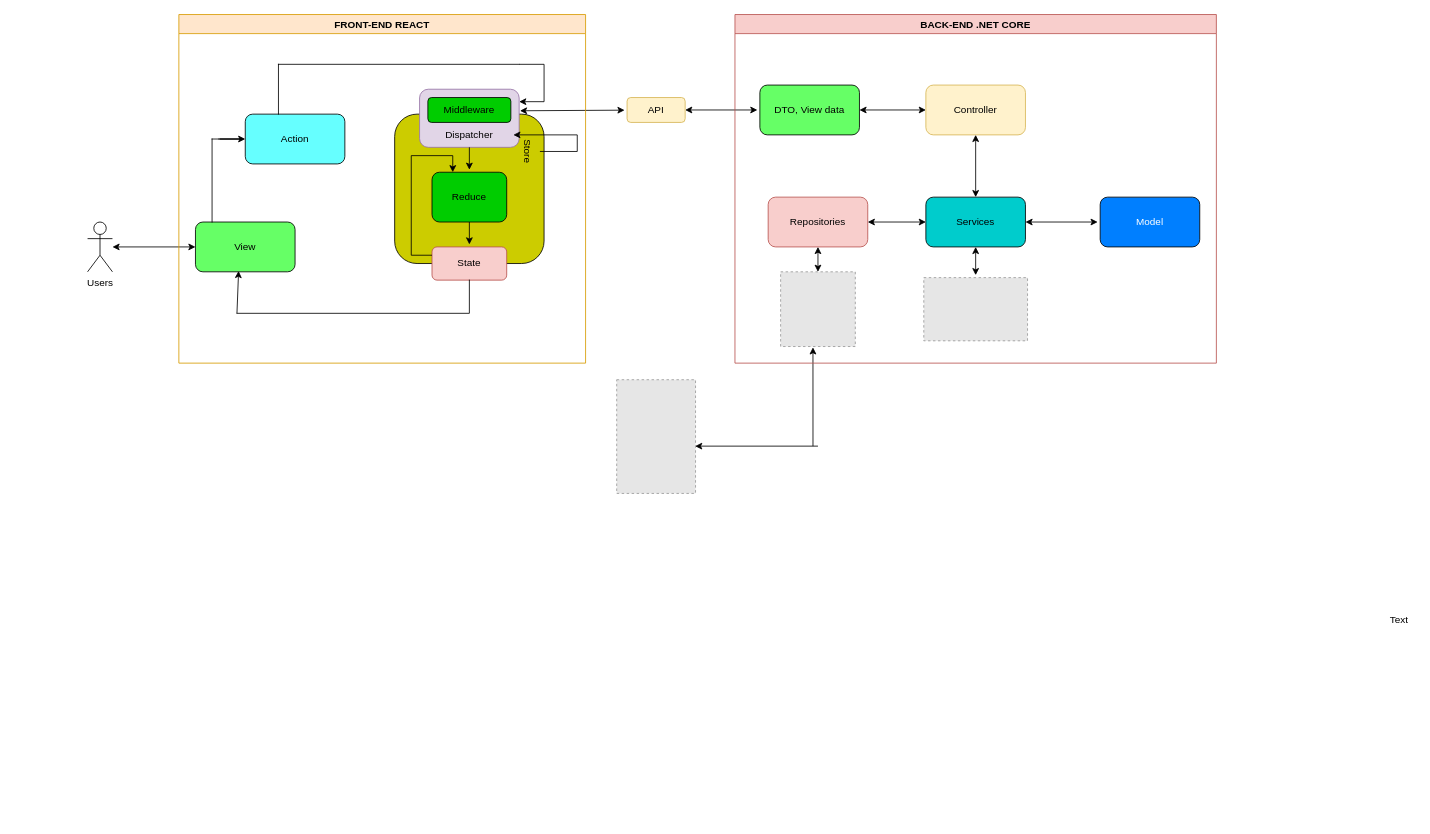
The draw.io diagram ProjectDiagram.drawio in thanhht1902/NewProject, before the edit. Source tidied: cells renumbered, new cells numbered last; positions are measured from the earlier drawing's top-left corner, leaving out a move shared by most shapes. Both pictures are drawn from the tidied source at 83%, with x=0, y=0 at pixel (87, 14). Pictures stored in the file or linked from it are replaced by grey dashed boxes.
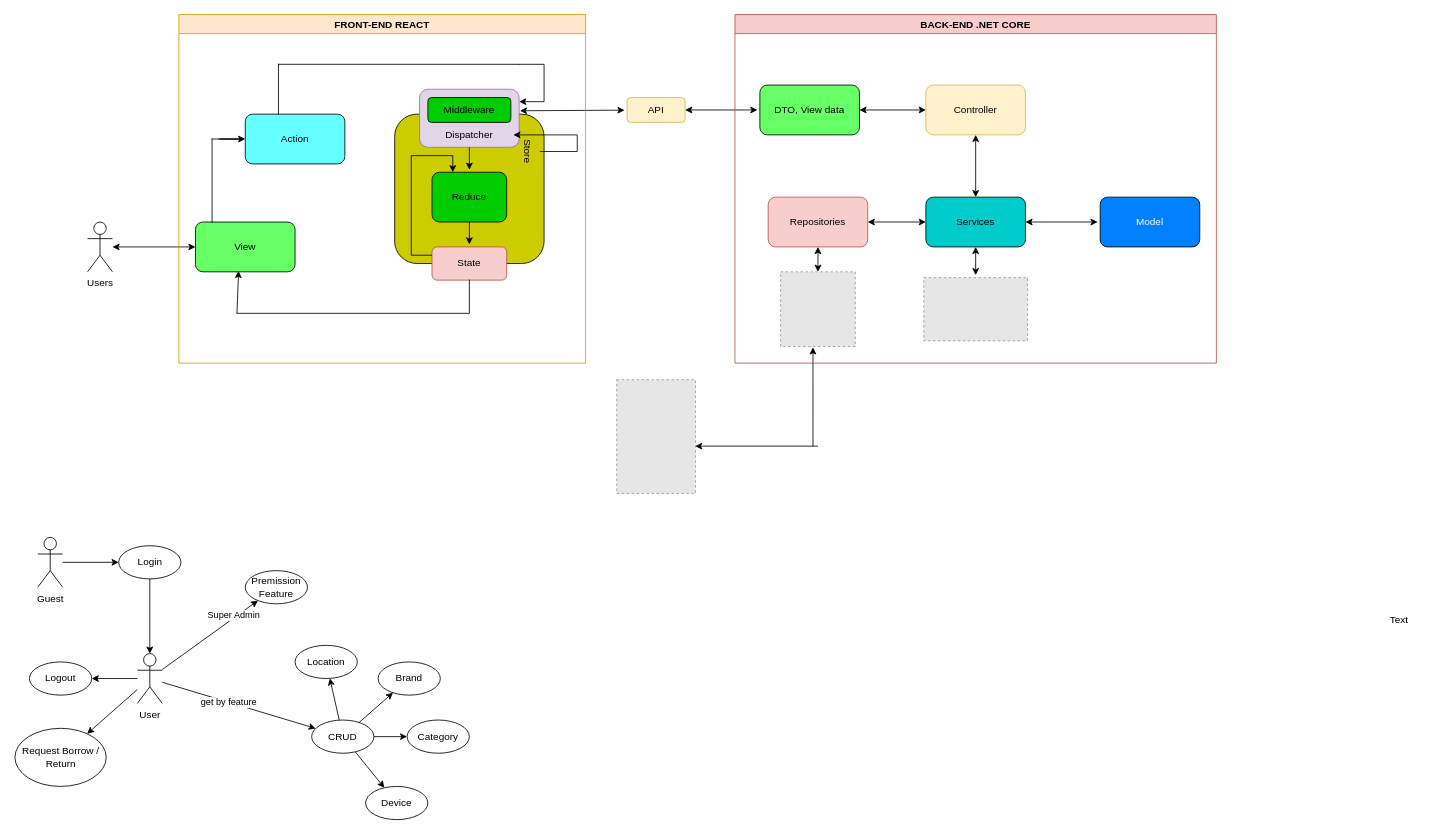
After the change.

The edit, as a diff of the source:
```diff
@@
+    <mxCell id="48" value="Guest" style="shape=umlActor;verticalLabelPosition=bottom;verticalAlign=top;html=1;outlineConnect=0;" parent="1" vertex="1">
+      <mxGeometry x="-60" y="630" width="30" height="60" as="geometry" />
+    </mxCell>
+    <mxCell id="49" value="Login" style="ellipse;whiteSpace=wrap;html=1;" parent="1" vertex="1">
+      <mxGeometry x="37.5" y="640" width="75" height="40" as="geometry" />
+    </mxCell>
+    <mxCell id="50" value="User" style="shape=umlActor;verticalLabelPosition=bottom;verticalAlign=top;html=1;outlineConnect=0;" parent="1" vertex="1">
+      <mxGeometry x="60" y="770" width="30" height="60" as="geometry" />
+    </mxCell>
+    <mxCell id="51" style="endArrow=classic;html=1;rounded=0;" parent="1" edge="1" source="48" target="49">
+      <mxGeometry relative="1" as="geometry" />
+    </mxCell>
+    <mxCell id="52" style="endArrow=classic;html=1;rounded=0;" parent="1" edge="1" source="49" target="50">
+      <mxGeometry relative="1" as="geometry" />
+    </mxCell>
+    <mxCell id="53" value="Logout" style="ellipse;whiteSpace=wrap;html=1;" parent="1" vertex="1">
+      <mxGeometry x="-70" y="780" width="75" height="40" as="geometry" />
+    </mxCell>
+    <mxCell id="54" style="endArrow=classic;html=1;rounded=0;" parent="1" edge="1" source="50" target="53">
+      <mxGeometry relative="1" as="geometry" />
+    </mxCell>
+    <mxCell id="55" value="CRUD" style="ellipse;whiteSpace=wrap;html=1;" parent="1" vertex="1">
+      <mxGeometry x="270" y="850" width="75" height="40" as="geometry" />
+    </mxCell>
+    <mxCell id="56" value="Request Borrow / Return" style="ellipse;whiteSpace=wrap;html=1;" parent="1" vertex="1">
+      <mxGeometry x="-87.5" y="860" width="110" height="70" as="geometry" />
+    </mxCell>
+    <mxCell id="57" style="endArrow=classic;html=1;rounded=0;" parent="1" edge="1" source="50" target="55">
+      <mxGeometry relative="1" as="geometry" />
+    </mxCell>
+    <mxCell id="58" value="get by feature" style="edgeLabel;html=1;align=center;verticalAlign=middle;" parent="57" vertex="1">
+      <mxGeometry x="-0.14" y="1" relative="1" as="geometry">
+        <mxPoint y="1" as="offset" />
+      </mxGeometry>
+    </mxCell>
+    <mxCell id="59" value="Device" style="ellipse;whiteSpace=wrap;html=1;" parent="1" vertex="1">
+      <mxGeometry x="335" y="930" width="75" height="40" as="geometry" />
+    </mxCell>
+    <mxCell id="60" value="Location" style="ellipse;whiteSpace=wrap;html=1;" parent="1" vertex="1">
+      <mxGeometry x="250" y="760" width="75" height="40" as="geometry" />
+    </mxCell>
+    <mxCell id="61" value="Brand" style="ellipse;whiteSpace=wrap;html=1;" parent="1" vertex="1">
+      <mxGeometry x="350" y="780" width="75" height="40" as="geometry" />
+    </mxCell>
+    <mxCell id="62" value="Category" style="ellipse;whiteSpace=wrap;html=1;" parent="1" vertex="1">
+      <mxGeometry x="385" y="850" width="75" height="40" as="geometry" />
+    </mxCell>
+    <mxCell id="63" style="endArrow=classic;html=1;rounded=0;" parent="1" edge="1" source="55" target="60">
+      <mxGeometry relative="1" as="geometry" />
+    </mxCell>
+    <mxCell id="64" style="endArrow=classic;html=1;rounded=0;" parent="1" edge="1" source="55" target="61">
+      <mxGeometry relative="1" as="geometry" />
+    </mxCell>
+    <mxCell id="65" style="endArrow=classic;html=1;rounded=0;" parent="1" edge="1" source="55" target="62">
+      <mxGeometry relative="1" as="geometry" />
+    </mxCell>
+    <mxCell id="66" style="endArrow=classic;html=1;rounded=0;" parent="1" edge="1" source="55" target="59">
+      <mxGeometry relative="1" as="geometry" />
+    </mxCell>
+    <mxCell id="67" value="Premission Feature" style="ellipse;whiteSpace=wrap;html=1;" parent="1" vertex="1">
+      <mxGeometry x="190" y="670" width="75" height="40" as="geometry" />
+    </mxCell>
+    <mxCell id="68" style="endArrow=classic;html=1;rounded=0;" parent="1" edge="1" source="50" target="67">
+      <mxGeometry relative="1" as="geometry" />
+    </mxCell>
+    <mxCell id="69" value="Super Admin" style="edgeLabel;html=1;align=center;verticalAlign=middle;" parent="68" vertex="1">
+      <mxGeometry x="0.5" y="2" relative="1" as="geometry">
+        <mxPoint y="-1" as="offset" />
+      </mxGeometry>
+    </mxCell>
+    <mxCell id="70" style="endArrow=classic;html=1;rounded=0;" parent="1" edge="1" source="50" target="56">
+      <mxGeometry relative="1" as="geometry" />
+    </mxCell>
```
